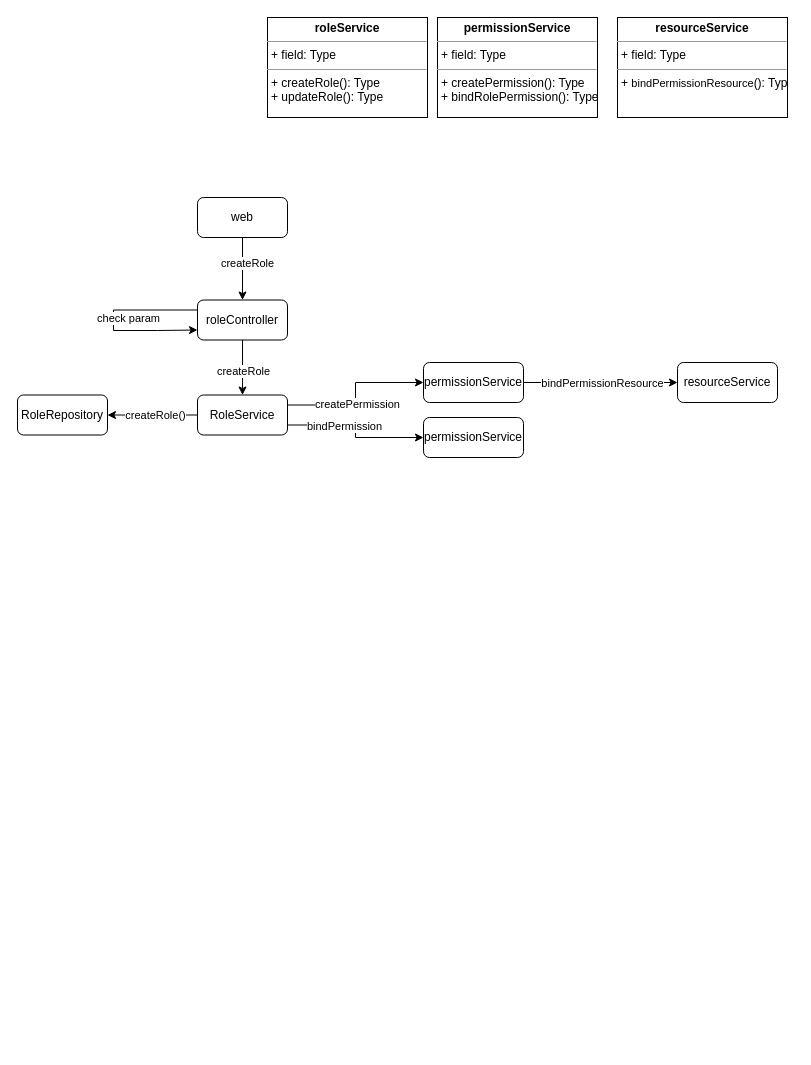
Before: role.drawio in hhyouyou/draw, a draw.io diagram. Source tidied: cells renumbered, new cells numbered last; positions are measured from the earlier drawing's top-left corner, leaving out a move shared by most shapes. Both pictures are drawn from the tidied source at 100%, with x=0, y=0 at pixel (17, 17).
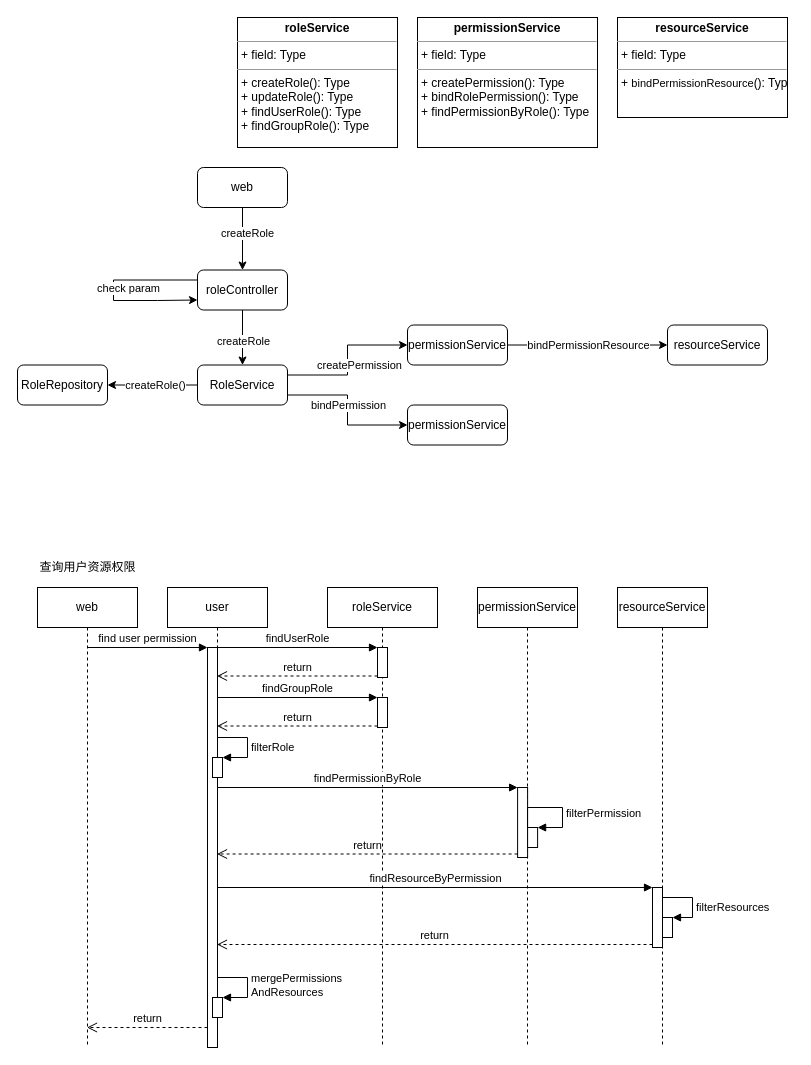
After the change.

What changed in the source:
```diff
@@
-    <mxCell id="2" value="&lt;p style=&quot;margin: 0px ; margin-top: 4px ; text-align: center&quot;&gt;&lt;b&gt;permissionService&lt;/b&gt;&lt;/p&gt;&lt;hr size=&quot;1&quot;&gt;&lt;p style=&quot;margin: 0px ; margin-left: 4px&quot;&gt;+ field: Type&lt;/p&gt;&lt;hr size=&quot;1&quot;&gt;&lt;p style=&quot;margin: 0px ; margin-left: 4px&quot;&gt;+ createPermission(): Type&lt;/p&gt;&lt;p style=&quot;margin: 0px ; margin-left: 4px&quot;&gt;+ bindRolePermission(): Type&lt;br&gt;&lt;/p&gt;" style="verticalAlign=top;align=left;overflow=fill;fontSize=12;fontFamily=Helvetica;html=1;" parent="1" vertex="1">
-      <mxGeometry x="420" width="160" height="100" as="geometry" />
+    <mxCell id="2" value="&lt;p style=&quot;margin: 0px ; margin-top: 4px ; text-align: center&quot;&gt;&lt;b&gt;permissionService&lt;/b&gt;&lt;/p&gt;&lt;hr size=&quot;1&quot;&gt;&lt;p style=&quot;margin: 0px ; margin-left: 4px&quot;&gt;+ field: Type&lt;/p&gt;&lt;hr size=&quot;1&quot;&gt;&lt;p style=&quot;margin: 0px ; margin-left: 4px&quot;&gt;+ createPermission(): Type&lt;/p&gt;&lt;p style=&quot;margin: 0px ; margin-left: 4px&quot;&gt;+ bindRolePermission(): Type&lt;br&gt;&lt;/p&gt;&lt;p style=&quot;margin: 0px ; margin-left: 4px&quot;&gt;+ findPermissionByRole(): Type&lt;br&gt;&lt;/p&gt;" style="verticalAlign=top;align=left;overflow=fill;fontSize=12;fontFamily=Helvetica;html=1;" parent="1" vertex="1">
+      <mxGeometry x="400" width="180" height="130" as="geometry" />
     </mxCell>
@@
-    <mxCell id="4" value="&lt;p style=&quot;margin: 0px ; margin-top: 4px ; text-align: center&quot;&gt;&lt;b&gt;roleService&lt;/b&gt;&lt;/p&gt;&lt;hr size=&quot;1&quot;&gt;&lt;p style=&quot;margin: 0px ; margin-left: 4px&quot;&gt;+ field: Type&lt;/p&gt;&lt;hr size=&quot;1&quot;&gt;&lt;p style=&quot;margin: 0px ; margin-left: 4px&quot;&gt;+ createRole(): Type&lt;/p&gt;&lt;p style=&quot;margin: 0px ; margin-left: 4px&quot;&gt;+ updateRole(): Type&lt;br&gt;&lt;/p&gt;" style="verticalAlign=top;align=left;overflow=fill;fontSize=12;fontFamily=Helvetica;html=1;" parent="1" vertex="1">
-      <mxGeometry x="250" width="160" height="100" as="geometry" />
+    <mxCell id="4" value="&lt;p style=&quot;margin: 0px ; margin-top: 4px ; text-align: center&quot;&gt;&lt;b&gt;roleService&lt;/b&gt;&lt;/p&gt;&lt;hr size=&quot;1&quot;&gt;&lt;p style=&quot;margin: 0px ; margin-left: 4px&quot;&gt;+ field: Type&lt;/p&gt;&lt;hr size=&quot;1&quot;&gt;&lt;p style=&quot;margin: 0px ; margin-left: 4px&quot;&gt;+ createRole(): Type&lt;/p&gt;&lt;p style=&quot;margin: 0px ; margin-left: 4px&quot;&gt;+ updateRole(): Type&lt;br&gt;&lt;/p&gt;&lt;p style=&quot;margin: 0px ; margin-left: 4px&quot;&gt;+ findUserRole(): Type&lt;br&gt;&lt;/p&gt;&lt;p style=&quot;margin: 0px ; margin-left: 4px&quot;&gt;+ findGroupRole(): Type&lt;br&gt;&lt;/p&gt;" style="verticalAlign=top;align=left;overflow=fill;fontSize=12;fontFamily=Helvetica;html=1;" parent="1" vertex="1">
+      <mxGeometry x="220" width="160" height="130" as="geometry" />
     </mxCell>
+    <mxCell id="26" style="group;" parent="1" vertex="1">
+      <mxGeometry y="150" width="750" height="277.5" as="geometry" />
+    </mxCell>
-    <mxCell id="5" value="web" style="rounded=1;whiteSpace=wrap;html=1;" parent="1" vertex="1">
-      <mxGeometry x="180" y="180" width="90" height="40" as="geometry" />
+    <mxCell id="5" value="web" style="rounded=1;whiteSpace=wrap;html=1;" parent="26" vertex="1">
+      <mxGeometry x="180" width="90" height="40" as="geometry" />
     </mxCell>
-    <mxCell id="6" style="edgeStyle=orthogonalEdgeStyle;rounded=0;orthogonalLoop=1;jettySize=auto;html=1;exitX=0;exitY=0.25;exitDx=0;exitDy=0;entryX=0;entryY=0.75;entryDx=0;entryDy=0;" parent="1" edge="1" source="8" target="8">
+    <mxCell id="6" style="edgeStyle=orthogonalEdgeStyle;rounded=0;orthogonalLoop=1;jettySize=auto;html=1;exitX=0;exitY=0.25;exitDx=0;exitDy=0;entryX=0;entryY=0.75;entryDx=0;entryDy=0;" parent="26" edge="1" source="8" target="8">
       <mxGeometry relative="1" as="geometry">
         <Array as="points">
-          <mxPoint x="96" y="293" />
-          <mxPoint x="96" y="313" />
-          <mxPoint x="140" y="313" />
+          <mxPoint x="96" y="113" />
+          <mxPoint x="96" y="133" />
+          <mxPoint x="140" y="133" />
         </Array>
       </mxGeometry>
     </mxCell>
@@
-    <mxCell id="8" value="roleController" style="rounded=1;whiteSpace=wrap;html=1;" parent="1" vertex="1">
-      <mxGeometry x="180" y="282.5" width="90" height="40" as="geometry" />
+    <mxCell id="8" value="roleController" style="rounded=1;whiteSpace=wrap;html=1;" parent="26" vertex="1">
+      <mxGeometry x="180" y="102.5" width="90" height="40" as="geometry" />
     </mxCell>
-    <mxCell id="9" style="edgeStyle=orthogonalEdgeStyle;rounded=0;jettySize=auto;html=1;exitX=0.5;exitY=1;exitDx=0;exitDy=0;entryX=0.5;entryY=0;entryDx=0;entryDy=0;" parent="1" edge="1" source="5" target="8">
+    <mxCell id="9" style="edgeStyle=orthogonalEdgeStyle;rounded=0;jettySize=auto;html=1;exitX=0.5;exitY=1;exitDx=0;exitDy=0;entryX=0.5;entryY=0;entryDx=0;entryDy=0;" parent="26" edge="1" source="5" target="8">
       <mxGeometry relative="1" as="geometry" />
     </mxCell>
@@
-    <mxCell id="11" style="edgeStyle=orthogonalEdgeStyle;rounded=0;jettySize=auto;html=1;exitX=1;exitY=0.75;exitDx=0;exitDy=0;entryX=0;entryY=0.5;entryDx=0;entryDy=0;" parent="1" edge="1" source="13" target="24">
-      <mxGeometry relative="1" as="geometry" />
-    </mxCell>
-    <mxCell id="12" value="bindPermission" style="edgeLabel;html=1;align=center;verticalAlign=middle;" parent="11" vertex="1">
-      <mxGeometry x="-0.39" y="-1" relative="1" as="geometry">
-        <mxPoint x="11" as="offset" />
-      </mxGeometry>
-    </mxCell>
-    <mxCell id="13" value="RoleService" style="rounded=1;whiteSpace=wrap;html=1;" parent="1" vertex="1">
-      <mxGeometry x="180" y="377.5" width="90" height="40" as="geometry" />
+    <mxCell id="13" value="RoleService" style="rounded=1;whiteSpace=wrap;html=1;" parent="26" vertex="1">
+      <mxGeometry x="180" y="197.5" width="90" height="40" as="geometry" />
     </mxCell>
-    <mxCell id="14" style="edgeStyle=orthogonalEdgeStyle;rounded=0;jettySize=auto;html=1;exitX=0.5;exitY=1;exitDx=0;exitDy=0;" parent="1" edge="1" source="8" target="13">
+    <mxCell id="14" style="edgeStyle=orthogonalEdgeStyle;rounded=0;jettySize=auto;html=1;exitX=0.5;exitY=1;exitDx=0;exitDy=0;" parent="26" edge="1" source="8" target="13">
       <mxGeometry relative="1" as="geometry" />
     </mxCell>
@@
-    <mxCell id="16" value="RoleRepository" style="rounded=1;whiteSpace=wrap;html=1;" parent="1" vertex="1">
-      <mxGeometry y="377.5" width="90" height="40" as="geometry" />
+    <mxCell id="16" value="RoleRepository" style="rounded=1;whiteSpace=wrap;html=1;" parent="26" vertex="1">
+      <mxGeometry y="197.5" width="90" height="40" as="geometry" />
     </mxCell>
-    <mxCell id="17" style="edgeStyle=orthogonalEdgeStyle;rounded=0;jettySize=auto;html=1;exitX=0;exitY=0.5;exitDx=0;exitDy=0;" parent="1" edge="1" source="13" target="16">
+    <mxCell id="17" style="edgeStyle=orthogonalEdgeStyle;rounded=0;jettySize=auto;html=1;exitX=0;exitY=0.5;exitDx=0;exitDy=0;" parent="26" edge="1" source="13" target="16">
       <mxGeometry relative="1" as="geometry" />
     </mxCell>
@@
-    <mxCell id="19" style="edgeStyle=orthogonalEdgeStyle;rounded=0;jettySize=auto;html=1;exitX=1;exitY=0.5;exitDx=0;exitDy=0;entryX=0;entryY=0.5;entryDx=0;entryDy=0;" parent="1" edge="1" source="21" target="25">
-      <mxGeometry relative="1" as="geometry" />
-    </mxCell>
-    <mxCell id="20" value="bindPermissionResource" style="edgeLabel;html=1;align=center;verticalAlign=middle;" parent="19" vertex="1">
-      <mxGeometry x="-0.33" relative="1" as="geometry">
-        <mxPoint x="26" as="offset" />
-      </mxGeometry>
-    </mxCell>
-    <mxCell id="21" value="permissionService" style="rounded=1;whiteSpace=wrap;html=1;" parent="1" vertex="1">
-      <mxGeometry x="406" y="345" width="100" height="40" as="geometry" />
+    <mxCell id="21" value="permissionService" style="rounded=1;whiteSpace=wrap;html=1;" parent="26" vertex="1">
+      <mxGeometry x="390" y="157.5" width="100" height="40" as="geometry" />
     </mxCell>
-    <mxCell id="22" style="edgeStyle=orthogonalEdgeStyle;rounded=0;jettySize=auto;html=1;exitX=1;exitY=0.25;exitDx=0;exitDy=0;entryX=0;entryY=0.5;entryDx=0;entryDy=0;" parent="1" edge="1" source="13" target="21">
+    <mxCell id="22" style="edgeStyle=orthogonalEdgeStyle;rounded=0;jettySize=auto;html=1;exitX=1;exitY=0.25;exitDx=0;exitDy=0;entryX=0;entryY=0.5;entryDx=0;entryDy=0;" parent="26" edge="1" source="13" target="21">
       <mxGeometry relative="1" as="geometry" />
     </mxCell>
     <mxCell id="23" value="createPermission" style="edgeLabel;html=1;align=center;verticalAlign=middle;" parent="22" vertex="1">
       <mxGeometry x="-0.23" y="1" relative="1" as="geometry">
-        <mxPoint x="8" as="offset" />
+        <mxPoint x="13" y="-9" as="offset" />
       </mxGeometry>
     </mxCell>
-    <mxCell id="24" value="permissionService" style="rounded=1;whiteSpace=wrap;html=1;" parent="1" vertex="1">
-      <mxGeometry x="406" y="400" width="100" height="40" as="geometry" />
+    <mxCell id="24" value="permissionService" style="rounded=1;whiteSpace=wrap;html=1;" parent="26" vertex="1">
+      <mxGeometry x="390" y="237.5" width="100" height="40" as="geometry" />
     </mxCell>
+    <mxCell id="11" style="edgeStyle=orthogonalEdgeStyle;rounded=0;jettySize=auto;html=1;exitX=1;exitY=0.75;exitDx=0;exitDy=0;entryX=0;entryY=0.5;entryDx=0;entryDy=0;" parent="26" edge="1" source="13" target="24">
+      <mxGeometry relative="1" as="geometry" />
+    </mxCell>
+    <mxCell id="12" value="bindPermission" style="edgeLabel;html=1;align=center;verticalAlign=middle;" parent="11" vertex="1">
+      <mxGeometry x="-0.39" y="-1" relative="1" as="geometry">
+        <mxPoint x="14" y="9" as="offset" />
+      </mxGeometry>
+    </mxCell>
-    <mxCell id="25" value="resourceService" style="rounded=1;whiteSpace=wrap;html=1;" parent="1" vertex="1">
-      <mxGeometry x="660" y="345" width="100" height="40" as="geometry" />
+    <mxCell id="25" value="resourceService" style="rounded=1;whiteSpace=wrap;html=1;" parent="26" vertex="1">
+      <mxGeometry x="650" y="157.5" width="100" height="40" as="geometry" />
     </mxCell>
+    <mxCell id="19" style="edgeStyle=orthogonalEdgeStyle;rounded=0;jettySize=auto;html=1;exitX=1;exitY=0.5;exitDx=0;exitDy=0;entryX=0;entryY=0.5;entryDx=0;entryDy=0;" parent="26" edge="1" source="21" target="25">
+      <mxGeometry relative="1" as="geometry" />
+    </mxCell>
+    <mxCell id="20" value="bindPermissionResource" style="edgeLabel;html=1;align=center;verticalAlign=middle;" parent="19" vertex="1">
+      <mxGeometry x="-0.33" relative="1" as="geometry">
+        <mxPoint x="26" as="offset" />
+      </mxGeometry>
+    </mxCell>
+    <mxCell id="27" value="查询用户资源权限" style="text;html=1;align=center;verticalAlign=middle;strokeColor=none;fillColor=none;" parent="1" vertex="1">
+      <mxGeometry x="15" y="540" width="110" height="20" as="geometry" />
+    </mxCell>
+    <mxCell id="28" value="web" style="shape=umlLifeline;perimeter=lifelinePerimeter;whiteSpace=wrap;html=1;outlineConnect=0;" parent="1" vertex="1">
+      <mxGeometry x="20" y="570" width="100" height="460" as="geometry" />
+    </mxCell>
+    <mxCell id="29" value="user" style="shape=umlLifeline;perimeter=lifelinePerimeter;whiteSpace=wrap;html=1;outlineConnect=0;" parent="1" vertex="1">
+      <mxGeometry x="150" y="570" width="100" height="460" as="geometry" />
+    </mxCell>
+    <mxCell id="30" style="html=1;points=[];perimeter=orthogonalPerimeter;" parent="29" vertex="1">
+      <mxGeometry x="40" y="60" width="10" height="400" as="geometry" />
+    </mxCell>
+    <mxCell id="31" style="html=1;points=[];perimeter=orthogonalPerimeter;" parent="29" vertex="1">
+      <mxGeometry x="45" y="170" width="10" height="20" as="geometry" />
+    </mxCell>
+    <mxCell id="32" value="&lt;span style=&quot;text-align: center&quot;&gt;filterRole&lt;/span&gt;" style="edgeStyle=orthogonalEdgeStyle;html=1;align=left;spacingLeft=2;endArrow=block;rounded=0;entryX=1;entryY=0;" parent="29" edge="1" target="31">
+      <mxGeometry x="0.26" relative="1" as="geometry">
+        <mxPoint x="50" y="170" as="sourcePoint" />
+        <Array as="points">
+          <mxPoint x="50" y="150" />
+          <mxPoint x="80" y="150" />
+          <mxPoint x="80" y="170" />
+        </Array>
+      </mxGeometry>
+    </mxCell>
+    <mxCell id="33" style="html=1;points=[];perimeter=orthogonalPerimeter;" parent="29" vertex="1">
+      <mxGeometry x="45" y="410" width="10" height="20" as="geometry" />
+    </mxCell>
+    <mxCell id="34" value="&lt;span style=&quot;text-align: center&quot;&gt;mergePermissions&lt;/span&gt;&lt;br style=&quot;text-align: center&quot;&gt;&lt;span style=&quot;text-align: center&quot;&gt;AndResources&lt;/span&gt;" style="edgeStyle=orthogonalEdgeStyle;html=1;align=left;spacingLeft=2;endArrow=block;rounded=0;entryX=1;entryY=0;" parent="29" edge="1" target="33">
+      <mxGeometry relative="1" as="geometry">
+        <mxPoint x="50" y="390" as="sourcePoint" />
+        <Array as="points">
+          <mxPoint x="80" y="390" />
+        </Array>
+      </mxGeometry>
+    </mxCell>
+    <mxCell id="35" value="roleService" style="shape=umlLifeline;perimeter=lifelinePerimeter;whiteSpace=wrap;html=1;" parent="1" vertex="1">
+      <mxGeometry x="310" y="570" width="110" height="460" as="geometry" />
+    </mxCell>
+    <mxCell id="36" style="html=1;points=[];perimeter=orthogonalPerimeter;" parent="35" vertex="1">
+      <mxGeometry x="50" y="60" width="10" height="30" as="geometry" />
+    </mxCell>
+    <mxCell id="37" style="html=1;points=[];perimeter=orthogonalPerimeter;" parent="35" vertex="1">
+      <mxGeometry x="50" y="110" width="10" height="30" as="geometry" />
+    </mxCell>
+    <mxCell id="38" value="permissionService" style="shape=umlLifeline;perimeter=lifelinePerimeter;whiteSpace=wrap;html=1;" parent="1" vertex="1">
+      <mxGeometry x="460" y="570" width="100" height="460" as="geometry" />
+    </mxCell>
+    <mxCell id="39" style="html=1;points=[];perimeter=orthogonalPerimeter;" parent="38" vertex="1">
+      <mxGeometry x="40.1" y="200" width="10" height="70" as="geometry" />
+    </mxCell>
+    <mxCell id="40" style="html=1;points=[];perimeter=orthogonalPerimeter;" parent="38" vertex="1">
+      <mxGeometry x="50.1" y="240" width="10" height="20" as="geometry" />
+    </mxCell>
+    <mxCell id="41" value="&lt;span style=&quot;text-align: center&quot;&gt;filterPermission&lt;/span&gt;" style="edgeStyle=orthogonalEdgeStyle;html=1;align=left;spacingLeft=2;endArrow=block;rounded=0;entryX=1;entryY=0;" parent="38" edge="1" target="40">
+      <mxGeometry x="0.26" relative="1" as="geometry">
+        <mxPoint x="55.1" y="240" as="sourcePoint" />
+        <Array as="points">
+          <mxPoint x="50" y="240" />
+          <mxPoint x="50" y="220" />
+          <mxPoint x="85" y="220" />
+          <mxPoint x="85" y="240" />
+        </Array>
+      </mxGeometry>
+    </mxCell>
+    <mxCell id="42" value="resourceService" style="shape=umlLifeline;perimeter=lifelinePerimeter;whiteSpace=wrap;html=1;" parent="1" vertex="1">
+      <mxGeometry x="600" y="570" width="90" height="460" as="geometry" />
+    </mxCell>
+    <mxCell id="43" style="html=1;points=[];perimeter=orthogonalPerimeter;" parent="42" vertex="1">
+      <mxGeometry x="35" y="300" width="10" height="60" as="geometry" />
+    </mxCell>
+    <mxCell id="44" style="html=1;points=[];perimeter=orthogonalPerimeter;" parent="42" vertex="1">
+      <mxGeometry x="45" y="330" width="10" height="20" as="geometry" />
+    </mxCell>
+    <mxCell id="45" value="filterResources" style="edgeStyle=orthogonalEdgeStyle;html=1;align=left;spacingLeft=2;endArrow=block;rounded=0;entryX=1;entryY=0;" parent="42" edge="1" target="44">
+      <mxGeometry x="0.25" relative="1" as="geometry">
+        <mxPoint x="45" y="320" as="sourcePoint" />
+        <Array as="points">
+          <mxPoint x="45" y="310" />
+          <mxPoint x="75" y="310" />
+          <mxPoint x="75" y="330" />
+        </Array>
+      </mxGeometry>
+    </mxCell>
+    <mxCell id="46" value="find user permission" style="html=1;verticalAlign=bottom;endArrow=block;entryX=0;entryY=0;rounded=0;" parent="1" edge="1" source="28" target="30">
+      <mxGeometry relative="1" as="geometry" />
+    </mxCell>
+    <mxCell id="47" value="return" style="html=1;verticalAlign=bottom;endArrow=open;dashed=1;endSize=8;exitX=0;exitY=0.95;rounded=0;" parent="1" edge="1" source="30" target="28">
+      <mxGeometry relative="1" as="geometry" />
+    </mxCell>
+    <mxCell id="48" value="findUserRole" style="html=1;verticalAlign=bottom;endArrow=block;entryX=0;entryY=0;rounded=0;" parent="1" edge="1" source="29" target="36">
+      <mxGeometry relative="1" as="geometry" />
+    </mxCell>
+    <mxCell id="49" value="return" style="html=1;verticalAlign=bottom;endArrow=open;dashed=1;endSize=8;exitX=0;exitY=0.95;rounded=0;" parent="1" edge="1" source="36" target="29">
+      <mxGeometry relative="1" as="geometry" />
+    </mxCell>
+    <mxCell id="50" value="findPermissionByRole" style="html=1;verticalAlign=bottom;endArrow=block;entryX=0;entryY=0;rounded=0;" parent="1" edge="1" target="39">
+      <mxGeometry relative="1" as="geometry">
+        <mxPoint x="199.9" y="770" as="sourcePoint" />
+      </mxGeometry>
+    </mxCell>
+    <mxCell id="51" value="return" style="html=1;verticalAlign=bottom;endArrow=open;dashed=1;endSize=8;exitX=0;exitY=0.95;rounded=0;" parent="1" edge="1" source="39" target="29">
+      <mxGeometry relative="1" as="geometry" />
+    </mxCell>
+    <mxCell id="52" value="findResourceByPermission" style="html=1;verticalAlign=bottom;endArrow=block;entryX=0;entryY=0;rounded=0;" parent="1" edge="1" source="29" target="43">
+      <mxGeometry relative="1" as="geometry" />
+    </mxCell>
+    <mxCell id="53" value="return" style="html=1;verticalAlign=bottom;endArrow=open;dashed=1;endSize=8;exitX=0;exitY=0.95;rounded=0;" parent="1" edge="1" source="43" target="29">
+      <mxGeometry relative="1" as="geometry" />
+    </mxCell>
+    <mxCell id="54" value="findGroupRole" style="html=1;verticalAlign=bottom;endArrow=block;entryX=0;entryY=0;rounded=0;" parent="1" edge="1" source="29" target="37">
+      <mxGeometry relative="1" as="geometry" />
+    </mxCell>
+    <mxCell id="55" value="return" style="html=1;verticalAlign=bottom;endArrow=open;dashed=1;endSize=8;exitX=0;exitY=0.95;rounded=0;" parent="1" edge="1" source="37" target="29">
+      <mxGeometry relative="1" as="geometry" />
+    </mxCell>
```
